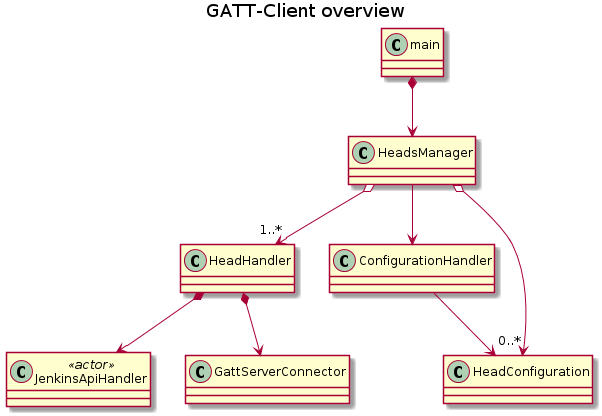
EugenWiens/jenkins-head keeps this PlantUML diagram as BLE-GATT-Client/doc/diagrams/out/ClassDiagramOverview/GATT-Client_overview.png. Above is the earlier version.
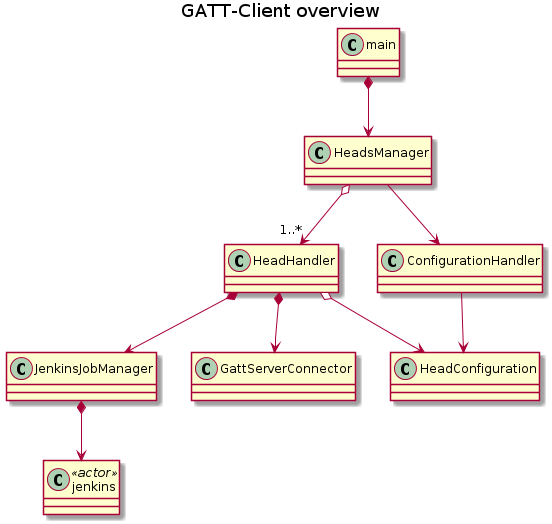
After the commit.

Commit message:
overview picture adjustment

Diff of the diagram source:
```diff
@@ -2,15 +2,16 @@
 skinparam classAttributeIconSize 0
 title GATT-Client overview
 
-class JenkinsApiHandler <<actor>>
+class jenkins <<actor>>
 
-HeadHandler *--> JenkinsApiHandler
+HeadHandler *--> JenkinsJobManager
+HeadHandler o--> HeadConfiguration
+JenkinsJobManager *--> jenkins
 HeadsManager o--> "1..*" HeadHandler
 HeadHandler *--> GattServerConnector
 
 main *--> HeadsManager
 HeadsManager --> ConfigurationHandler
-HeadsManager o--> "0..*" HeadConfiguration
 ConfigurationHandler --> HeadConfiguration
 
 @enduml
```
